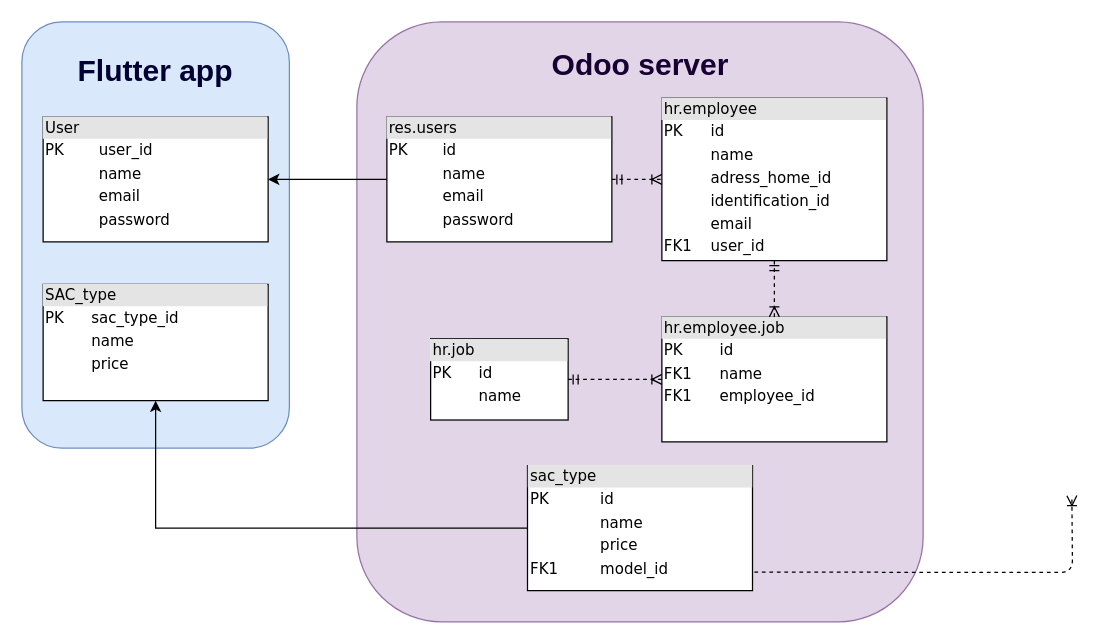
16050/sac_mobile keeps this draw.io diagram as Diagrams/odoo_flutter-user.drawio. Above is the earlier version. Source tidied: cells renumbered, new cells numbered last; positions are measured from the earlier drawing's top-left corner, leaving out a move shared by most shapes. Both pictures are drawn from the tidied source at 125%, with x=0, y=0 at pixel (21, 21).
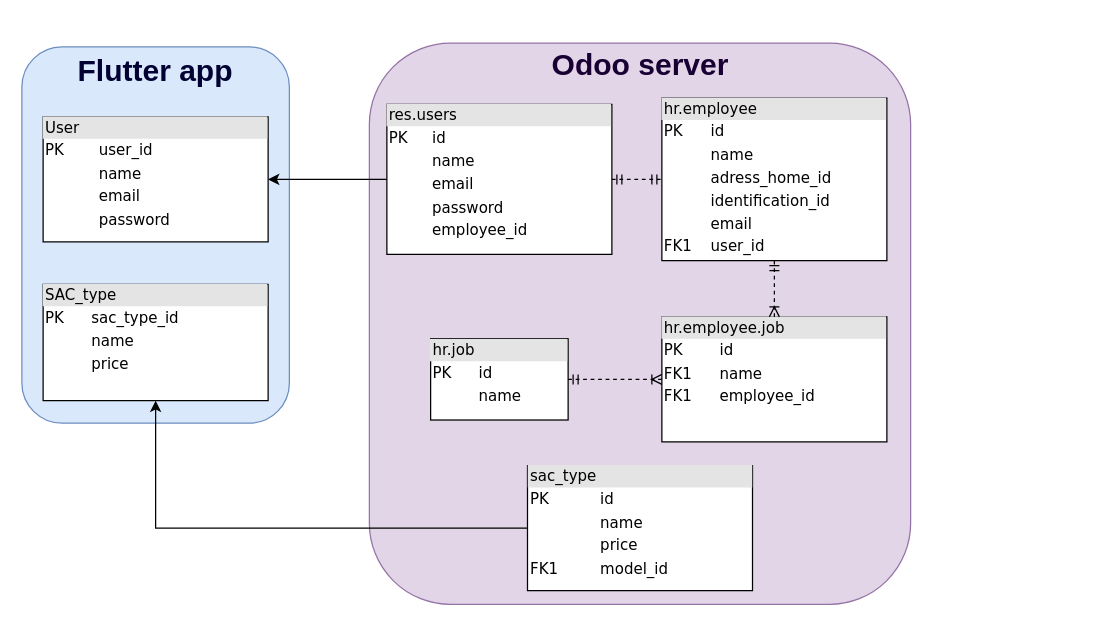
After the change.

Diff of the diagram source:
```diff
@@
 <mxGraphModel background="#ffffff">
   <root>
     <mxCell id="0" />
     <mxCell id="1" parent="0" />
     <mxCell id="2" style="rounded=1;whiteSpace=wrap;html=1;fillColor=#e1d5e7;strokeColor=#9673a6;" parent="1" vertex="1">
-      <mxGeometry x="268" width="453" height="480" as="geometry" />
+      <mxGeometry x="278" y="17" width="433" height="449" as="geometry" />
     </mxCell>
     <mxCell id="3" value="&lt;div style=&quot;box-sizing: border-box ; width: 100% ; background: #e4e4e4 ; padding: 2px&quot;&gt;hr.employee&lt;/div&gt;&lt;table style=&quot;width: 100% ; font-size: 1em&quot; cellspacing=&quot;0&quot; cellpadding=&quot;2&quot;&gt;&lt;tbody&gt;&lt;tr&gt;&lt;td&gt;PK&lt;/td&gt;&lt;td&gt;id&lt;/td&gt;&lt;/tr&gt;&lt;tr&gt;&lt;td&gt;&lt;br&gt;&lt;/td&gt;&lt;td&gt;name&lt;/td&gt;&lt;/tr&gt;&lt;tr&gt;&lt;td&gt;&lt;br&gt;&lt;/td&gt;&lt;td&gt;adress_home_id&lt;/td&gt;&lt;/tr&gt;&lt;tr&gt;&lt;td&gt;&lt;br&gt;&lt;/td&gt;&lt;td&gt;identification_id&lt;br&gt;&lt;/td&gt;&lt;/tr&gt;&lt;tr&gt;&lt;td&gt;&lt;br&gt;&lt;/td&gt;&lt;td&gt;email&lt;br&gt;&lt;/td&gt;&lt;/tr&gt;&lt;tr&gt;&lt;td&gt;FK1&lt;br&gt;&lt;/td&gt;&lt;td&gt;user_id&lt;br&gt;&lt;/td&gt;&lt;/tr&gt;&lt;tr&gt;&lt;td&gt;&lt;br&gt;&lt;/td&gt;&lt;td&gt;&lt;br&gt;&lt;/td&gt;&lt;/tr&gt;&lt;tr&gt;&lt;td&gt;&lt;br&gt;&lt;/td&gt;&lt;td&gt;&lt;br&gt;&lt;/td&gt;&lt;/tr&gt;&lt;tr&gt;&lt;td&gt;&lt;br&gt;&lt;/td&gt;&lt;td&gt;&lt;br&gt;&lt;/td&gt;&lt;/tr&gt;&lt;tr&gt;&lt;td&gt;&lt;br&gt;&lt;/td&gt;&lt;td&gt;&lt;br&gt;&lt;/td&gt;&lt;/tr&gt;&lt;tr&gt;&lt;td&gt;&lt;br&gt;&lt;/td&gt;&lt;td&gt;&lt;br&gt;&lt;/td&gt;&lt;/tr&gt;&lt;tr&gt;&lt;td&gt;&lt;br&gt;&lt;/td&gt;&lt;td&gt;&lt;br&gt;&lt;/td&gt;&lt;/tr&gt;&lt;tr&gt;&lt;td&gt;&lt;br&gt;&lt;/td&gt;&lt;td&gt;&lt;br&gt;&lt;/td&gt;&lt;/tr&gt;&lt;tr&gt;&lt;td&gt;&lt;br&gt;&lt;/td&gt;&lt;td&gt;&lt;br&gt;&lt;/td&gt;&lt;/tr&gt;&lt;tr&gt;&lt;td&gt;&lt;br&gt;&lt;/td&gt;&lt;td&gt;&lt;br&gt;&lt;/td&gt;&lt;/tr&gt;&lt;tr&gt;&lt;td&gt;&lt;br&gt;&lt;/td&gt;&lt;td&gt;&lt;br&gt;&lt;/td&gt;&lt;/tr&gt;&lt;tr&gt;&lt;td&gt;&lt;br&gt;&lt;/td&gt;&lt;td&gt;&lt;br&gt;&lt;/td&gt;&lt;/tr&gt;&lt;/tbody&gt;&lt;/table&gt;" style="verticalAlign=top;align=left;overflow=fill;html=1;rounded=0;shadow=0;comic=0;labelBackgroundColor=none;strokeWidth=1;fontFamily=Verdana;fontSize=12;" parent="1" vertex="1">
       <mxGeometry x="512" y="61" width="180" height="130" as="geometry" />
     </mxCell>
-    <mxCell id="4" style="edgeStyle=orthogonalEdgeStyle;html=1;dashed=1;labelBackgroundColor=none;startArrow=ERmandOne;endArrow=ERoneToMany;fontFamily=Verdana;fontSize=12;align=left;entryX=1;entryY=0.5;entryDx=0;entryDy=0;" parent="1" edge="1">
-      <mxGeometry relative="1" as="geometry">
-        <mxPoint x="460" y="440" as="sourcePoint" />
-        <mxPoint x="840" y="379" as="targetPoint" />
-      </mxGeometry>
-    </mxCell>
     <mxCell id="5" value="&lt;div style=&quot;box-sizing: border-box ; width: 100% ; background: #e4e4e4 ; padding: 2px&quot;&gt;hr.employee.job&lt;/div&gt;&lt;table style=&quot;width: 100% ; font-size: 1em&quot; cellspacing=&quot;0&quot; cellpadding=&quot;2&quot;&gt;&lt;tbody&gt;&lt;tr&gt;&lt;td&gt;PK&lt;/td&gt;&lt;td&gt;id&lt;/td&gt;&lt;/tr&gt;&lt;tr&gt;&lt;td&gt;FK1&lt;br&gt;&lt;/td&gt;&lt;td&gt;name&lt;/td&gt;&lt;/tr&gt;&lt;tr&gt;&lt;td&gt;FK1&lt;/td&gt;&lt;td&gt;employee_id&lt;/td&gt;&lt;/tr&gt;&lt;tr&gt;&lt;td&gt;&lt;br&gt;&lt;/td&gt;&lt;td&gt;&lt;br&gt;&lt;/td&gt;&lt;/tr&gt;&lt;tr&gt;&lt;td&gt;&lt;br&gt;&lt;/td&gt;&lt;td&gt;&lt;br&gt;&lt;/td&gt;&lt;/tr&gt;&lt;tr&gt;&lt;td&gt;&lt;br&gt;&lt;/td&gt;&lt;td&gt;&lt;br&gt;&lt;/td&gt;&lt;/tr&gt;&lt;tr&gt;&lt;td&gt;&lt;br&gt;&lt;/td&gt;&lt;td&gt;&lt;br&gt;&lt;/td&gt;&lt;/tr&gt;&lt;tr&gt;&lt;td&gt;&lt;br&gt;&lt;/td&gt;&lt;td&gt;&lt;br&gt;&lt;/td&gt;&lt;/tr&gt;&lt;tr&gt;&lt;td&gt;&lt;br&gt;&lt;/td&gt;&lt;td&gt;&lt;br&gt;&lt;/td&gt;&lt;/tr&gt;&lt;tr&gt;&lt;td&gt;&lt;br&gt;&lt;/td&gt;&lt;td&gt;&lt;br&gt;&lt;/td&gt;&lt;/tr&gt;&lt;tr&gt;&lt;td&gt;&lt;br&gt;&lt;/td&gt;&lt;td&gt;&lt;br&gt;&lt;/td&gt;&lt;/tr&gt;&lt;tr&gt;&lt;td&gt;&lt;br&gt;&lt;/td&gt;&lt;td&gt;&lt;br&gt;&lt;/td&gt;&lt;/tr&gt;&lt;tr&gt;&lt;td&gt;&lt;br&gt;&lt;/td&gt;&lt;td&gt;&lt;br&gt;&lt;/td&gt;&lt;/tr&gt;&lt;tr&gt;&lt;td&gt;&lt;br&gt;&lt;/td&gt;&lt;td&gt;&lt;br&gt;&lt;/td&gt;&lt;/tr&gt;&lt;tr&gt;&lt;td&gt;&lt;br&gt;&lt;/td&gt;&lt;td&gt;&lt;br&gt;&lt;/td&gt;&lt;/tr&gt;&lt;tr&gt;&lt;td&gt;&lt;br&gt;&lt;/td&gt;&lt;td&gt;&lt;br&gt;&lt;/td&gt;&lt;/tr&gt;&lt;tr&gt;&lt;td&gt;&lt;br&gt;&lt;/td&gt;&lt;td&gt;&lt;br&gt;&lt;/td&gt;&lt;/tr&gt;&lt;/tbody&gt;&lt;/table&gt;" style="verticalAlign=top;align=left;overflow=fill;html=1;rounded=0;shadow=0;comic=0;labelBackgroundColor=none;strokeWidth=1;fontFamily=Verdana;fontSize=12;" parent="1" vertex="1">
       <mxGeometry x="512" y="236" width="180" height="100" as="geometry" />
     </mxCell>
     <mxCell id="6" value="&lt;div style=&quot;box-sizing: border-box ; width: 100% ; background: #e4e4e4 ; padding: 2px&quot;&gt;hr.job&lt;/div&gt;&lt;table style=&quot;width: 100% ; font-size: 1em&quot; cellspacing=&quot;0&quot; cellpadding=&quot;2&quot;&gt;&lt;tbody&gt;&lt;tr&gt;&lt;td&gt;PK&lt;/td&gt;&lt;td&gt;id&lt;/td&gt;&lt;/tr&gt;&lt;tr&gt;&lt;td&gt;&lt;br&gt;&lt;/td&gt;&lt;td&gt;name&lt;/td&gt;&lt;/tr&gt;&lt;tr&gt;&lt;td&gt;&lt;br&gt;&lt;/td&gt;&lt;td&gt;&lt;br&gt;&lt;/td&gt;&lt;/tr&gt;&lt;tr&gt;&lt;td&gt;&lt;br&gt;&lt;/td&gt;&lt;td&gt;&lt;br&gt;&lt;/td&gt;&lt;/tr&gt;&lt;tr&gt;&lt;td&gt;&lt;br&gt;&lt;/td&gt;&lt;td&gt;&lt;br&gt;&lt;/td&gt;&lt;/tr&gt;&lt;tr&gt;&lt;td&gt;&lt;br&gt;&lt;/td&gt;&lt;td&gt;&lt;br&gt;&lt;/td&gt;&lt;/tr&gt;&lt;tr&gt;&lt;td&gt;&lt;br&gt;&lt;/td&gt;&lt;td&gt;&lt;br&gt;&lt;/td&gt;&lt;/tr&gt;&lt;tr&gt;&lt;td&gt;&lt;br&gt;&lt;/td&gt;&lt;td&gt;&lt;br&gt;&lt;/td&gt;&lt;/tr&gt;&lt;tr&gt;&lt;td&gt;&lt;br&gt;&lt;/td&gt;&lt;td&gt;&lt;br&gt;&lt;/td&gt;&lt;/tr&gt;&lt;tr&gt;&lt;td&gt;&lt;br&gt;&lt;/td&gt;&lt;td&gt;&lt;br&gt;&lt;/td&gt;&lt;/tr&gt;&lt;tr&gt;&lt;td&gt;&lt;br&gt;&lt;/td&gt;&lt;td&gt;&lt;br&gt;&lt;/td&gt;&lt;/tr&gt;&lt;tr&gt;&lt;td&gt;&lt;br&gt;&lt;/td&gt;&lt;td&gt;&lt;br&gt;&lt;/td&gt;&lt;/tr&gt;&lt;tr&gt;&lt;td&gt;&lt;br&gt;&lt;/td&gt;&lt;td&gt;&lt;br&gt;&lt;/td&gt;&lt;/tr&gt;&lt;tr&gt;&lt;td&gt;&lt;br&gt;&lt;/td&gt;&lt;td&gt;&lt;br&gt;&lt;/td&gt;&lt;/tr&gt;&lt;tr&gt;&lt;td&gt;&lt;br&gt;&lt;/td&gt;&lt;td&gt;&lt;br&gt;&lt;/td&gt;&lt;/tr&gt;&lt;tr&gt;&lt;td&gt;&lt;br&gt;&lt;/td&gt;&lt;td&gt;&lt;br&gt;&lt;/td&gt;&lt;/tr&gt;&lt;tr&gt;&lt;td&gt;&lt;br&gt;&lt;/td&gt;&lt;td&gt;&lt;br&gt;&lt;/td&gt;&lt;/tr&gt;&lt;/tbody&gt;&lt;/table&gt;" style="verticalAlign=top;align=left;overflow=fill;html=1;rounded=0;shadow=0;comic=0;labelBackgroundColor=none;strokeWidth=1;fontFamily=Verdana;fontSize=12;" parent="1" vertex="1">
       <mxGeometry x="327" y="253.5" width="110" height="65" as="geometry" />
     </mxCell>
     <mxCell id="7" style="edgeStyle=orthogonalEdgeStyle;html=1;dashed=1;labelBackgroundColor=none;startArrow=ERmandOne;endArrow=ERoneToMany;fontFamily=Verdana;fontSize=12;align=left;exitX=0.5;exitY=1;exitDx=0;exitDy=0;entryX=0.5;entryY=0;entryDx=0;entryDy=0;" parent="1" edge="1" source="3" target="5">
       <mxGeometry relative="1" as="geometry" />
     </mxCell>
     <mxCell id="8" style="edgeStyle=orthogonalEdgeStyle;html=1;dashed=1;labelBackgroundColor=none;startArrow=ERmandOne;endArrow=ERoneToMany;fontFamily=Verdana;fontSize=12;align=left;exitX=1;exitY=0.5;exitDx=0;exitDy=0;entryX=0;entryY=0.5;entryDx=0;entryDy=0;" parent="1" edge="1" source="6" target="5">
       <mxGeometry relative="1" as="geometry" />
     </mxCell>
-    <mxCell id="9" value="&lt;div style=&quot;box-sizing: border-box ; width: 100% ; background: #e4e4e4 ; padding: 2px&quot;&gt;res.users&lt;/div&gt;&lt;table style=&quot;width: 100% ; font-size: 1em&quot; cellspacing=&quot;0&quot; cellpadding=&quot;2&quot;&gt;&lt;tbody&gt;&lt;tr&gt;&lt;td&gt;PK&lt;/td&gt;&lt;td&gt;id&lt;/td&gt;&lt;/tr&gt;&lt;tr&gt;&lt;td&gt;&lt;br&gt;&lt;/td&gt;&lt;td&gt;name&lt;/td&gt;&lt;/tr&gt;&lt;tr&gt;&lt;td&gt;&lt;br&gt;&lt;/td&gt;&lt;td&gt;email&lt;/td&gt;&lt;/tr&gt;&lt;tr&gt;&lt;td&gt;&lt;br&gt;&lt;/td&gt;&lt;td&gt;password&lt;br&gt;&lt;/td&gt;&lt;/tr&gt;&lt;tr&gt;&lt;td&gt;&lt;br&gt;&lt;/td&gt;&lt;td&gt;&lt;br&gt;&lt;/td&gt;&lt;/tr&gt;&lt;tr&gt;&lt;td&gt;&lt;br&gt;&lt;/td&gt;&lt;td&gt;&lt;br&gt;&lt;/td&gt;&lt;/tr&gt;&lt;tr&gt;&lt;td&gt;&lt;br&gt;&lt;/td&gt;&lt;td&gt;&lt;br&gt;&lt;/td&gt;&lt;/tr&gt;&lt;tr&gt;&lt;td&gt;&lt;br&gt;&lt;/td&gt;&lt;td&gt;&lt;br&gt;&lt;/td&gt;&lt;/tr&gt;&lt;tr&gt;&lt;td&gt;&lt;br&gt;&lt;/td&gt;&lt;td&gt;&lt;br&gt;&lt;/td&gt;&lt;/tr&gt;&lt;tr&gt;&lt;td&gt;&lt;br&gt;&lt;/td&gt;&lt;td&gt;&lt;br&gt;&lt;/td&gt;&lt;/tr&gt;&lt;tr&gt;&lt;td&gt;&lt;br&gt;&lt;/td&gt;&lt;td&gt;&lt;br&gt;&lt;/td&gt;&lt;/tr&gt;&lt;tr&gt;&lt;td&gt;&lt;br&gt;&lt;/td&gt;&lt;td&gt;&lt;br&gt;&lt;/td&gt;&lt;/tr&gt;&lt;tr&gt;&lt;td&gt;&lt;br&gt;&lt;/td&gt;&lt;td&gt;&lt;br&gt;&lt;/td&gt;&lt;/tr&gt;&lt;tr&gt;&lt;td&gt;&lt;br&gt;&lt;/td&gt;&lt;td&gt;&lt;br&gt;&lt;/td&gt;&lt;/tr&gt;&lt;tr&gt;&lt;td&gt;&lt;br&gt;&lt;/td&gt;&lt;td&gt;&lt;br&gt;&lt;/td&gt;&lt;/tr&gt;&lt;tr&gt;&lt;td&gt;&lt;br&gt;&lt;/td&gt;&lt;td&gt;&lt;br&gt;&lt;/td&gt;&lt;/tr&gt;&lt;tr&gt;&lt;td&gt;&lt;br&gt;&lt;/td&gt;&lt;td&gt;&lt;br&gt;&lt;/td&gt;&lt;/tr&gt;&lt;/tbody&gt;&lt;/table&gt;" style="verticalAlign=top;align=left;overflow=fill;html=1;rounded=0;shadow=0;comic=0;labelBackgroundColor=none;strokeWidth=1;fontFamily=Verdana;fontSize=12;" parent="1" vertex="1">
-      <mxGeometry x="292" y="76" width="180" height="100" as="geometry" />
+    <mxCell id="9" value="&lt;div style=&quot;box-sizing: border-box ; width: 100% ; background: #e4e4e4 ; padding: 2px&quot;&gt;res.users&lt;/div&gt;&lt;table style=&quot;width: 100% ; font-size: 1em&quot; cellspacing=&quot;0&quot; cellpadding=&quot;2&quot;&gt;&lt;tbody&gt;&lt;tr&gt;&lt;td&gt;PK&lt;/td&gt;&lt;td&gt;id&lt;/td&gt;&lt;/tr&gt;&lt;tr&gt;&lt;td&gt;&lt;br&gt;&lt;/td&gt;&lt;td&gt;name&lt;/td&gt;&lt;/tr&gt;&lt;tr&gt;&lt;td&gt;&lt;br&gt;&lt;/td&gt;&lt;td&gt;email&lt;/td&gt;&lt;/tr&gt;&lt;tr&gt;&lt;td&gt;&lt;br&gt;&lt;/td&gt;&lt;td&gt;password&lt;br&gt;&lt;/td&gt;&lt;/tr&gt;&lt;tr&gt;&lt;td&gt;&lt;br&gt;&lt;/td&gt;&lt;td&gt;employee_id&lt;br&gt;&lt;/td&gt;&lt;/tr&gt;&lt;tr&gt;&lt;td&gt;&lt;br&gt;&lt;/td&gt;&lt;td&gt;&lt;br&gt;&lt;/td&gt;&lt;/tr&gt;&lt;tr&gt;&lt;td&gt;&lt;br&gt;&lt;/td&gt;&lt;td&gt;&lt;br&gt;&lt;/td&gt;&lt;/tr&gt;&lt;tr&gt;&lt;td&gt;&lt;br&gt;&lt;/td&gt;&lt;td&gt;&lt;br&gt;&lt;/td&gt;&lt;/tr&gt;&lt;tr&gt;&lt;td&gt;&lt;br&gt;&lt;/td&gt;&lt;td&gt;&lt;br&gt;&lt;/td&gt;&lt;/tr&gt;&lt;tr&gt;&lt;td&gt;&lt;br&gt;&lt;/td&gt;&lt;td&gt;&lt;br&gt;&lt;/td&gt;&lt;/tr&gt;&lt;tr&gt;&lt;td&gt;&lt;br&gt;&lt;/td&gt;&lt;td&gt;&lt;br&gt;&lt;/td&gt;&lt;/tr&gt;&lt;tr&gt;&lt;td&gt;&lt;br&gt;&lt;/td&gt;&lt;td&gt;&lt;br&gt;&lt;/td&gt;&lt;/tr&gt;&lt;tr&gt;&lt;td&gt;&lt;br&gt;&lt;/td&gt;&lt;td&gt;&lt;br&gt;&lt;/td&gt;&lt;/tr&gt;&lt;tr&gt;&lt;td&gt;&lt;br&gt;&lt;/td&gt;&lt;td&gt;&lt;br&gt;&lt;/td&gt;&lt;/tr&gt;&lt;tr&gt;&lt;td&gt;&lt;br&gt;&lt;/td&gt;&lt;td&gt;&lt;br&gt;&lt;/td&gt;&lt;/tr&gt;&lt;tr&gt;&lt;td&gt;&lt;br&gt;&lt;/td&gt;&lt;td&gt;&lt;br&gt;&lt;/td&gt;&lt;/tr&gt;&lt;tr&gt;&lt;td&gt;&lt;br&gt;&lt;/td&gt;&lt;td&gt;&lt;br&gt;&lt;/td&gt;&lt;/tr&gt;&lt;/tbody&gt;&lt;/table&gt;" style="verticalAlign=top;align=left;overflow=fill;html=1;rounded=0;shadow=0;comic=0;labelBackgroundColor=none;strokeWidth=1;fontFamily=Verdana;fontSize=12;" parent="1" vertex="1">
+      <mxGeometry x="292" y="66" width="180" height="120" as="geometry" />
     </mxCell>
-    <mxCell id="10" style="edgeStyle=orthogonalEdgeStyle;html=1;dashed=1;labelBackgroundColor=none;startArrow=ERmandOne;endArrow=ERoneToMany;fontFamily=Verdana;fontSize=12;align=left;exitX=1;exitY=0.5;exitDx=0;exitDy=0;entryX=0;entryY=0.5;entryDx=0;entryDy=0;" parent="1" edge="1" source="9" target="3">
+    <mxCell id="10" style="edgeStyle=orthogonalEdgeStyle;html=1;dashed=1;labelBackgroundColor=none;startArrow=ERmandOne;endArrow=ERmandOne;fontFamily=Verdana;fontSize=12;align=left;exitX=1;exitY=0.5;exitDx=0;exitDy=0;entryX=0;entryY=0.5;entryDx=0;entryDy=0;endFill=0;" parent="1" edge="1" source="9" target="3">
       <mxGeometry relative="1" as="geometry" />
     </mxCell>
     <mxCell id="11" style="rounded=1;whiteSpace=wrap;html=1;fillColor=#dae8fc;strokeColor=#6c8ebf;" parent="1" vertex="1">
-      <mxGeometry width="214" height="341" as="geometry" />
+      <mxGeometry y="20" width="214" height="301" as="geometry" />
     </mxCell>
     <mxCell id="12" value="&lt;div style=&quot;box-sizing: border-box ; width: 100% ; background: #e4e4e4 ; padding: 2px&quot;&gt;User&lt;/div&gt;&lt;table style=&quot;width: 100% ; font-size: 1em&quot; cellspacing=&quot;0&quot; cellpadding=&quot;2&quot;&gt;&lt;tbody&gt;&lt;tr&gt;&lt;td&gt;PK&lt;/td&gt;&lt;td&gt;user_id&lt;/td&gt;&lt;/tr&gt;&lt;tr&gt;&lt;td&gt;&lt;br&gt;&lt;/td&gt;&lt;td&gt;name&lt;/td&gt;&lt;/tr&gt;&lt;tr&gt;&lt;td&gt;&lt;br&gt;&lt;/td&gt;&lt;td&gt;email&lt;/td&gt;&lt;/tr&gt;&lt;tr&gt;&lt;td&gt;&lt;br&gt;&lt;/td&gt;&lt;td&gt;password&lt;br&gt;&lt;/td&gt;&lt;/tr&gt;&lt;tr&gt;&lt;td&gt;&lt;br&gt;&lt;/td&gt;&lt;td&gt;&lt;br&gt;&lt;/td&gt;&lt;/tr&gt;&lt;tr&gt;&lt;td&gt;&lt;br&gt;&lt;/td&gt;&lt;td&gt;&lt;br&gt;&lt;/td&gt;&lt;/tr&gt;&lt;/tbody&gt;&lt;/table&gt;" style="verticalAlign=top;align=left;overflow=fill;html=1;rounded=0;shadow=0;comic=0;labelBackgroundColor=none;strokeWidth=1;fontFamily=Verdana;fontSize=12;" parent="1" vertex="1">
       <mxGeometry x="17" y="76" width="180" height="100" as="geometry" />
     </mxCell>
     <mxCell id="13" style="edgeStyle=orthogonalEdgeStyle;rounded=0;jettySize=auto;html=1;" parent="1" edge="1" source="9" target="12">
       <mxGeometry relative="1" as="geometry" />
     </mxCell>
     <mxCell id="14" value="&lt;font color=&quot;#190033&quot;&gt;&lt;b&gt;&lt;font style=&quot;font-size: 24px&quot;&gt;Odoo server&lt;/font&gt;&lt;/b&gt;&lt;/font&gt;" style="text;html=1;strokeColor=none;fillColor=none;align=center;verticalAlign=middle;whiteSpace=wrap;rounded=0;" parent="1" vertex="1">
       <mxGeometry x="417.8" y="25" width="153.5" height="20" as="geometry" />
     </mxCell>
     <mxCell id="15" value="&lt;font color=&quot;#000033&quot;&gt;&lt;b&gt;&lt;font style=&quot;font-size: 24px&quot;&gt;Flutter app&lt;/font&gt;&lt;/b&gt;&lt;/font&gt;" style="text;html=1;strokeColor=none;fillColor=none;align=center;verticalAlign=middle;whiteSpace=wrap;rounded=0;" parent="1" vertex="1">
       <mxGeometry x="42" y="30" width="130" height="20" as="geometry" />
     </mxCell>
     <mxCell id="16" value="&lt;div style=&quot;box-sizing: border-box ; width: 100% ; background: #e4e4e4 ; padding: 2px&quot;&gt;SAC_type&lt;br&gt;&lt;/div&gt;&lt;table style=&quot;width: 100% ; font-size: 1em&quot; cellspacing=&quot;0&quot; cellpadding=&quot;2&quot;&gt;&lt;tbody&gt;&lt;tr&gt;&lt;td&gt;PK&lt;/td&gt;&lt;td&gt;sac_type_id&lt;/td&gt;&lt;/tr&gt;&lt;tr&gt;&lt;td&gt;&lt;br&gt;&lt;/td&gt;&lt;td&gt;name&lt;/td&gt;&lt;/tr&gt;&lt;tr&gt;&lt;td&gt;&lt;br&gt;&lt;/td&gt;&lt;td&gt;price&lt;br&gt;&lt;/td&gt;&lt;/tr&gt;&lt;tr&gt;&lt;td&gt;&lt;br&gt;&lt;/td&gt;&lt;td&gt;&lt;br&gt;&lt;/td&gt;&lt;/tr&gt;&lt;tr&gt;&lt;td&gt;&lt;br&gt;&lt;/td&gt;&lt;td&gt;&lt;br&gt;&lt;/td&gt;&lt;/tr&gt;&lt;tr&gt;&lt;td&gt;&lt;br&gt;&lt;/td&gt;&lt;td&gt;&lt;br&gt;&lt;/td&gt;&lt;/tr&gt;&lt;tr&gt;&lt;td&gt;&lt;br&gt;&lt;/td&gt;&lt;td&gt;&lt;br&gt;&lt;/td&gt;&lt;/tr&gt;&lt;tr&gt;&lt;td&gt;&lt;br&gt;&lt;/td&gt;&lt;td&gt;&lt;br&gt;&lt;/td&gt;&lt;/tr&gt;&lt;tr&gt;&lt;td&gt;&lt;br&gt;&lt;/td&gt;&lt;td&gt;&lt;br&gt;&lt;/td&gt;&lt;/tr&gt;&lt;tr&gt;&lt;td&gt;&lt;br&gt;&lt;/td&gt;&lt;td&gt;&lt;br&gt;&lt;/td&gt;&lt;/tr&gt;&lt;tr&gt;&lt;td&gt;&lt;br&gt;&lt;/td&gt;&lt;td&gt;&lt;br&gt;&lt;/td&gt;&lt;/tr&gt;&lt;tr&gt;&lt;td&gt;&lt;br&gt;&lt;/td&gt;&lt;td&gt;&lt;br&gt;&lt;/td&gt;&lt;/tr&gt;&lt;tr&gt;&lt;td&gt;&lt;br&gt;&lt;/td&gt;&lt;td&gt;&lt;br&gt;&lt;/td&gt;&lt;/tr&gt;&lt;tr&gt;&lt;td&gt;&lt;br&gt;&lt;/td&gt;&lt;td&gt;&lt;br&gt;&lt;/td&gt;&lt;/tr&gt;&lt;tr&gt;&lt;td&gt;&lt;br&gt;&lt;/td&gt;&lt;td&gt;&lt;br&gt;&lt;/td&gt;&lt;/tr&gt;&lt;tr&gt;&lt;td&gt;&lt;br&gt;&lt;/td&gt;&lt;td&gt;&lt;br&gt;&lt;/td&gt;&lt;/tr&gt;&lt;tr&gt;&lt;td&gt;&lt;br&gt;&lt;/td&gt;&lt;td&gt;&lt;br&gt;&lt;/td&gt;&lt;/tr&gt;&lt;/tbody&gt;&lt;/table&gt;" style="verticalAlign=top;align=left;overflow=fill;html=1;rounded=0;shadow=0;comic=0;labelBackgroundColor=none;strokeWidth=1;fontFamily=Verdana;fontSize=12;" parent="1" vertex="1">
       <mxGeometry x="17" y="210" width="180" height="93" as="geometry" />
     </mxCell>
     <mxCell id="17" style="edgeStyle=orthogonalEdgeStyle;rounded=0;jettySize=auto;html=1;" parent="1" edge="1" source="18" target="16">
       <mxGeometry relative="1" as="geometry" />
     </mxCell>
     <mxCell id="18" value="&lt;div style=&quot;box-sizing: border-box ; width: 100% ; background: #e4e4e4 ; padding: 2px&quot;&gt;sac_type&lt;/div&gt;&lt;table style=&quot;width: 100% ; font-size: 1em&quot; cellspacing=&quot;0&quot; cellpadding=&quot;2&quot;&gt;&lt;tbody&gt;&lt;tr&gt;&lt;td&gt;PK&lt;/td&gt;&lt;td&gt;id&lt;/td&gt;&lt;/tr&gt;&lt;tr&gt;&lt;td&gt;&lt;br&gt;&lt;/td&gt;&lt;td&gt;name&lt;/td&gt;&lt;/tr&gt;&lt;tr&gt;&lt;td&gt;&lt;br&gt;&lt;/td&gt;&lt;td&gt;price&lt;/td&gt;&lt;/tr&gt;&lt;tr&gt;&lt;td&gt;FK1&lt;br&gt;&lt;/td&gt;&lt;td&gt;model_id&lt;br&gt;&lt;/td&gt;&lt;/tr&gt;&lt;tr&gt;&lt;td&gt;&lt;br&gt;&lt;/td&gt;&lt;td&gt;&lt;br&gt;&lt;/td&gt;&lt;/tr&gt;&lt;tr&gt;&lt;td&gt;&lt;br&gt;&lt;/td&gt;&lt;td&gt;&lt;br&gt;&lt;/td&gt;&lt;/tr&gt;&lt;tr&gt;&lt;td&gt;&lt;br&gt;&lt;/td&gt;&lt;td&gt;&lt;br&gt;&lt;/td&gt;&lt;/tr&gt;&lt;tr&gt;&lt;td&gt;&lt;br&gt;&lt;/td&gt;&lt;td&gt;&lt;br&gt;&lt;/td&gt;&lt;/tr&gt;&lt;tr&gt;&lt;td&gt;&lt;br&gt;&lt;/td&gt;&lt;td&gt;&lt;br&gt;&lt;/td&gt;&lt;/tr&gt;&lt;tr&gt;&lt;td&gt;&lt;br&gt;&lt;/td&gt;&lt;td&gt;&lt;br&gt;&lt;/td&gt;&lt;/tr&gt;&lt;tr&gt;&lt;td&gt;&lt;br&gt;&lt;/td&gt;&lt;td&gt;&lt;br&gt;&lt;/td&gt;&lt;/tr&gt;&lt;tr&gt;&lt;td&gt;&lt;br&gt;&lt;/td&gt;&lt;td&gt;&lt;br&gt;&lt;/td&gt;&lt;/tr&gt;&lt;tr&gt;&lt;td&gt;&lt;br&gt;&lt;/td&gt;&lt;td&gt;&lt;br&gt;&lt;/td&gt;&lt;/tr&gt;&lt;tr&gt;&lt;td&gt;&lt;br&gt;&lt;/td&gt;&lt;td&gt;&lt;br&gt;&lt;/td&gt;&lt;/tr&gt;&lt;tr&gt;&lt;td&gt;&lt;br&gt;&lt;/td&gt;&lt;td&gt;&lt;br&gt;&lt;/td&gt;&lt;/tr&gt;&lt;tr&gt;&lt;td&gt;&lt;br&gt;&lt;/td&gt;&lt;td&gt;&lt;br&gt;&lt;/td&gt;&lt;/tr&gt;&lt;tr&gt;&lt;td&gt;&lt;br&gt;&lt;/td&gt;&lt;td&gt;&lt;br&gt;&lt;/td&gt;&lt;/tr&gt;&lt;/tbody&gt;&lt;/table&gt;" style="verticalAlign=top;align=left;overflow=fill;html=1;rounded=0;shadow=0;comic=0;labelBackgroundColor=none;strokeWidth=1;fontFamily=Verdana;fontSize=12;" parent="1" vertex="1">
       <mxGeometry x="404.5" y="355" width="180" height="100" as="geometry" />
     </mxCell>
   </root>
 </mxGraphModel>
```
